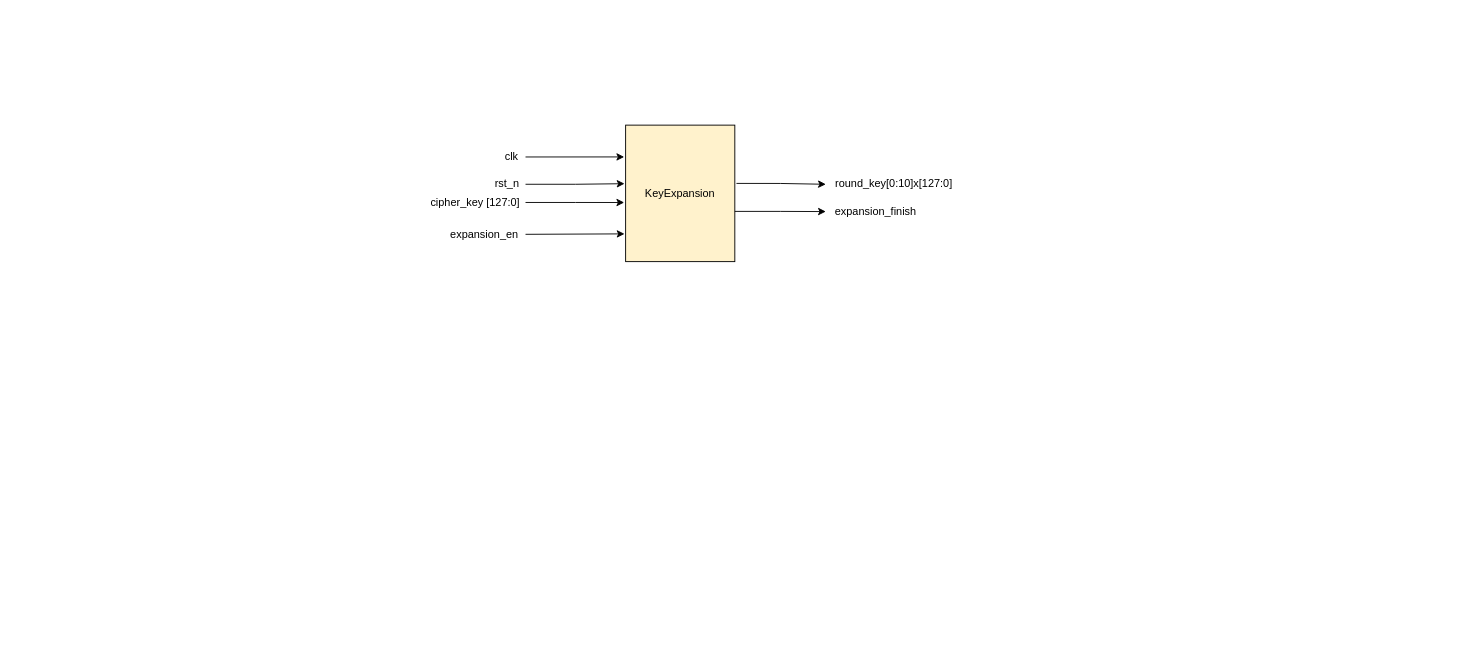
Above: KeyExpansion/diagram/drawio/AESKeyExpansionTopDes.drawio in LQLManZz/AES128-Verilog (draw.io), before the change. Source tidied: cells renumbered, new cells numbered last; positions are measured from the earlier drawing's top-left corner, leaving out a move shared by most shapes. Both pictures are drawn from the tidied source at 91%, with x=0, y=0 at pixel (425, 125).
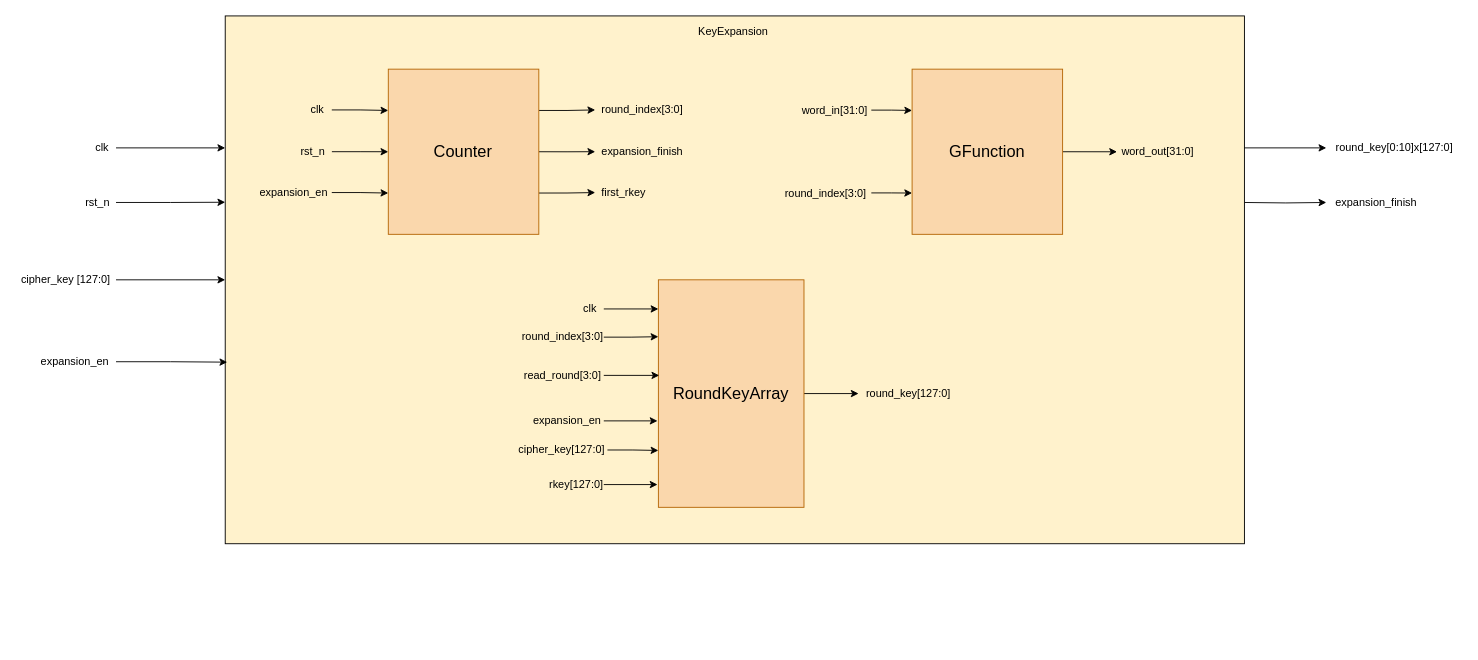
The same page after the edit.

What changed in the source:
```diff
@@
+    <mxCell id="12" style="edgeStyle=orthogonalEdgeStyle;rounded=0;jettySize=auto;html=1;exitX=1;exitY=0.5;exitDx=0;exitDy=0;entryX=0;entryY=0.25;entryDx=0;entryDy=0;" parent="1" edge="1" source="2" target="11">
+      <mxGeometry relative="1" as="geometry" />
+    </mxCell>
     <mxCell id="2" value="clk" style="text;html=1;whiteSpace=wrap;strokeColor=none;fillColor=none;align=center;verticalAlign=middle;rounded=0;" parent="1" vertex="1">
-      <mxGeometry x="80" y="20" width="30" height="30" as="geometry" />
+      <mxGeometry x="-370" y="10" width="30" height="30" as="geometry" />
     </mxCell>
     <mxCell id="3" value="rst_n" style="text;html=1;whiteSpace=wrap;strokeColor=none;fillColor=none;align=center;verticalAlign=middle;rounded=0;" parent="1" vertex="1">
-      <mxGeometry x="70" y="50" width="40" height="30" as="geometry" />
+      <mxGeometry x="-380" y="70" width="40" height="30" as="geometry" />
     </mxCell>
     <mxCell id="4" value="expansion_en" style="text;html=1;whiteSpace=wrap;strokeColor=none;fillColor=none;align=center;verticalAlign=middle;rounded=0;" parent="1" vertex="1">
-      <mxGeometry x="20" y="100" width="90" height="40" as="geometry" />
+      <mxGeometry x="-430" y="240" width="90" height="40" as="geometry" />
     </mxCell>
-    <mxCell id="5" style="edgeStyle=orthogonalEdgeStyle;rounded=0;jettySize=auto;html=1;exitX=1;exitY=0.5;exitDx=0;exitDy=0;entryX=-0.013;entryY=0.567;entryDx=0;entryDy=0;entryPerimeter=0;" parent="1" edge="1" source="6" target="11">
+    <mxCell id="5" style="edgeStyle=orthogonalEdgeStyle;rounded=0;jettySize=auto;html=1;exitX=1;exitY=0.5;exitDx=0;exitDy=0;entryX=0;entryY=0.5;entryDx=0;entryDy=0;" parent="1" edge="1" source="6" target="11">
       <mxGeometry relative="1" as="geometry" />
     </mxCell>
     <mxCell id="6" value="cipher_key [127:0]" style="text;html=1;whiteSpace=wrap;strokeColor=none;fillColor=none;align=center;verticalAlign=middle;rounded=0;" parent="1" vertex="1">
-      <mxGeometry y="70" width="110" height="30" as="geometry" />
+      <mxGeometry x="-450" y="155" width="110" height="30" as="geometry" />
     </mxCell>
     <mxCell id="7" value="round_key[0:10]x[127:0]" style="text;html=1;whiteSpace=wrap;strokeColor=none;fillColor=none;align=center;verticalAlign=middle;rounded=0;" parent="1" vertex="1">
-      <mxGeometry x="440" y="50" width="150" height="30" as="geometry" />
+      <mxGeometry x="990" y="10" width="150" height="30" as="geometry" />
     </mxCell>
+    <mxCell id="15" style="edgeStyle=orthogonalEdgeStyle;rounded=0;jettySize=auto;html=1;exitX=0;exitY=0.5;exitDx=0;exitDy=0;entryX=0;entryY=0.5;entryDx=0;entryDy=0;" parent="1" edge="1" target="8">
+      <mxGeometry relative="1" as="geometry">
+        <mxPoint x="900" y="85" as="sourcePoint" />
+      </mxGeometry>
+    </mxCell>
     <mxCell id="8" value="expansion_finish" style="text;html=1;whiteSpace=wrap;strokeColor=none;fillColor=none;align=center;verticalAlign=middle;rounded=0;" parent="1" vertex="1">
-      <mxGeometry x="440" y="80" width="110" height="30" as="geometry" />
+      <mxGeometry x="990" y="70" width="110" height="30" as="geometry" />
     </mxCell>
+    <mxCell id="16" style="group;" parent="1" vertex="1">
+      <mxGeometry x="-220" y="-120" width="1180" height="690" as="geometry" />
+    </mxCell>
+    <mxCell id="11" style="rounded=0;whiteSpace=wrap;html=1;fillColor=#fff2cc;strokeColor=#000000;" parent="16" vertex="1">
+      <mxGeometry width="1120" height="580" as="geometry" />
+    </mxCell>
+    <mxCell id="17" value="KeyExpansion" style="text;html=1;whiteSpace=wrap;strokeColor=none;fillColor=none;align=center;verticalAlign=middle;rounded=0;" parent="16" vertex="1">
+      <mxGeometry x="506.9" width="103.1" height="35.1" as="geometry" />
+    </mxCell>
+    <mxCell id="18" style="group;" parent="16" vertex="1">
+      <mxGeometry x="34.4" y="58.5" width="475.6" height="181.5" as="geometry" />
+    </mxCell>
+    <mxCell id="19" style="edgeStyle=orthogonalEdgeStyle;rounded=0;jettySize=auto;html=1;exitX=1;exitY=0.5;exitDx=0;exitDy=0;entryX=0;entryY=0.25;entryDx=0;entryDy=0;" parent="18" edge="1" source="20" target="28">
+      <mxGeometry relative="1" as="geometry" />
+    </mxCell>
+    <mxCell id="20" value="clk" style="text;html=1;whiteSpace=wrap;strokeColor=none;fillColor=none;align=center;verticalAlign=middle;rounded=0;" parent="18" vertex="1">
+      <mxGeometry x="51.7" y="28.8" width="31" height="32" as="geometry" />
+    </mxCell>
+    <mxCell id="21" style="edgeStyle=orthogonalEdgeStyle;rounded=0;jettySize=auto;html=1;exitX=1;exitY=0.5;exitDx=0;exitDy=0;entryX=0;entryY=0.5;entryDx=0;entryDy=0;" parent="18" edge="1" source="22" target="28">
+      <mxGeometry relative="1" as="geometry" />
+    </mxCell>
+    <mxCell id="22" value="rst_n" style="text;html=1;whiteSpace=wrap;strokeColor=none;fillColor=none;align=center;verticalAlign=middle;rounded=0;" parent="18" vertex="1">
+      <mxGeometry x="41.4" y="74.7" width="41.4" height="32" as="geometry" />
+    </mxCell>
+    <mxCell id="23" style="edgeStyle=orthogonalEdgeStyle;rounded=0;jettySize=auto;html=1;exitX=1;exitY=0.5;exitDx=0;exitDy=0;entryX=0;entryY=0.75;entryDx=0;entryDy=0;" parent="18" edge="1" source="24" target="28">
+      <mxGeometry relative="1" as="geometry" />
+    </mxCell>
+    <mxCell id="24" value="expansion_en" style="text;html=1;whiteSpace=wrap;strokeColor=none;fillColor=none;align=center;verticalAlign=middle;rounded=0;" parent="18" vertex="1">
+      <mxGeometry y="119.6" width="82.7" height="32" as="geometry" />
+    </mxCell>
+    <mxCell id="25" style="edgeStyle=orthogonalEdgeStyle;rounded=0;jettySize=auto;html=1;exitX=1;exitY=0.25;exitDx=0;exitDy=0;entryX=0;entryY=0.5;entryDx=0;entryDy=0;" parent="18" edge="1" source="28" target="31">
+      <mxGeometry relative="1" as="geometry" />
+    </mxCell>
+    <mxCell id="26" style="edgeStyle=orthogonalEdgeStyle;rounded=0;jettySize=auto;html=1;exitX=1;exitY=0.5;exitDx=0;exitDy=0;entryX=0;entryY=0.5;entryDx=0;entryDy=0;" parent="18" edge="1" source="28" target="30">
+      <mxGeometry relative="1" as="geometry" />
+    </mxCell>
+    <mxCell id="27" style="edgeStyle=orthogonalEdgeStyle;rounded=0;jettySize=auto;html=1;exitX=1;exitY=0.75;exitDx=0;exitDy=0;entryX=0;entryY=0.5;entryDx=0;entryDy=0;" parent="18" edge="1" source="28" target="29">
+      <mxGeometry relative="1" as="geometry" />
+    </mxCell>
+    <mxCell id="28" value="&lt;font style=&quot;font-size: 18px;&quot;&gt;Counter&lt;/font&gt;" style="whiteSpace=wrap;html=1;fillColor=#fad7ac;strokeColor=#b46504;" parent="18" vertex="1">
+      <mxGeometry x="144.8" width="165.4" height="181.5" as="geometry" />
+    </mxCell>
+    <mxCell id="29" value="first_rkey" style="text;html=1;whiteSpace=wrap;strokeColor=none;fillColor=none;align=center;verticalAlign=middle;rounded=0;" parent="18" vertex="1">
+      <mxGeometry x="372.2" y="119.6" width="62" height="32" as="geometry" />
+    </mxCell>
+    <mxCell id="30" value="expansion_finish" style="text;html=1;whiteSpace=wrap;strokeColor=none;fillColor=none;align=center;verticalAlign=middle;rounded=0;" parent="18" vertex="1">
+      <mxGeometry x="372.2" y="74.7" width="103.4" height="32" as="geometry" />
+    </mxCell>
+    <mxCell id="31" value="round_index[3:0]" style="text;html=1;whiteSpace=wrap;strokeColor=none;fillColor=none;align=center;verticalAlign=middle;rounded=0;" parent="18" vertex="1">
+      <mxGeometry x="372.2" y="28.8" width="103.4" height="32" as="geometry" />
+    </mxCell>
+    <mxCell id="32" style="group;" parent="16" vertex="1">
+      <mxGeometry x="610" y="58.5" width="460" height="181.5" as="geometry" />
+    </mxCell>
+    <mxCell id="33" style="edgeStyle=orthogonalEdgeStyle;rounded=0;jettySize=auto;html=1;exitX=1;exitY=0.5;exitDx=0;exitDy=0;entryX=0;entryY=0.5;entryDx=0;entryDy=0;" parent="32" edge="1" source="34" target="39">
+      <mxGeometry relative="1" as="geometry" />
+    </mxCell>
+    <mxCell id="34" value="&lt;span style=&quot;font-size: 18px;&quot;&gt;GFunction&lt;/span&gt;" style="whiteSpace=wrap;html=1;fillColor=#fad7ac;strokeColor=#b46504;" parent="32" vertex="1">
+      <mxGeometry x="144.8" width="165.4" height="181.5" as="geometry" />
+    </mxCell>
+    <mxCell id="35" style="edgeStyle=orthogonalEdgeStyle;rounded=0;jettySize=auto;html=1;exitX=1;exitY=0.5;exitDx=0;exitDy=0;entryX=0;entryY=0.25;entryDx=0;entryDy=0;" parent="32" edge="1" source="36" target="34">
+      <mxGeometry relative="1" as="geometry" />
+    </mxCell>
+    <mxCell id="36" value="word_in[31:0]" style="text;html=1;whiteSpace=wrap;strokeColor=none;fillColor=none;align=center;verticalAlign=middle;rounded=0;" parent="32" vertex="1">
+      <mxGeometry x="20" y="30" width="80" height="30" as="geometry" />
+    </mxCell>
+    <mxCell id="37" style="edgeStyle=orthogonalEdgeStyle;rounded=0;jettySize=auto;html=1;exitX=1;exitY=0.5;exitDx=0;exitDy=0;entryX=0;entryY=0.75;entryDx=0;entryDy=0;" parent="32" edge="1" source="38" target="34">
+      <mxGeometry relative="1" as="geometry" />
+    </mxCell>
+    <mxCell id="38" value="round_index[3:0]" style="text;html=1;whiteSpace=wrap;strokeColor=none;fillColor=none;align=center;verticalAlign=middle;rounded=0;" parent="32" vertex="1">
+      <mxGeometry y="121" width="100" height="30" as="geometry" />
+    </mxCell>
+    <mxCell id="39" value="word_out[31:0]" style="text;html=1;whiteSpace=wrap;strokeColor=none;fillColor=none;align=center;verticalAlign=middle;rounded=0;" parent="32" vertex="1">
+      <mxGeometry x="370" y="75.8" width="90" height="30" as="geometry" />
+    </mxCell>
+    <mxCell id="40" style="group;" parent="16" vertex="1">
+      <mxGeometry x="320" y="290" width="486" height="250" as="geometry" />
+    </mxCell>
+    <mxCell id="41" value="clk" style="text;html=1;whiteSpace=wrap;strokeColor=none;fillColor=none;align=center;verticalAlign=middle;rounded=0;" parent="40" vertex="1">
+      <mxGeometry x="66" y="17" width="30" height="30" as="geometry" />
+    </mxCell>
+    <mxCell id="42" value="expansion_en" style="text;html=1;whiteSpace=wrap;strokeColor=none;fillColor=none;align=center;verticalAlign=middle;rounded=0;" parent="40" vertex="1">
+      <mxGeometry x="16" y="140" width="80" height="30" as="geometry" />
+    </mxCell>
+    <mxCell id="43" style="edgeStyle=orthogonalEdgeStyle;rounded=0;jettySize=auto;html=1;exitX=1;exitY=0.5;exitDx=0;exitDy=0;entryX=0;entryY=0.5;entryDx=0;entryDy=0;" parent="40" edge="1" source="44" target="49">
+      <mxGeometry relative="1" as="geometry" />
+    </mxCell>
+    <mxCell id="44" value="&lt;font style=&quot;font-size: 18px;&quot;&gt;RoundKeyArray&lt;/font&gt;" style="whiteSpace=wrap;html=1;fillColor=#fad7ac;strokeColor=#b46504;" parent="40" vertex="1">
+      <mxGeometry x="156" width="160" height="250" as="geometry" />
+    </mxCell>
+    <mxCell id="45" style="edgeStyle=orthogonalEdgeStyle;rounded=0;jettySize=auto;html=1;exitX=1;exitY=0.5;exitDx=0;exitDy=0;entryX=0;entryY=0.75;entryDx=0;entryDy=0;" parent="40" edge="1" source="46" target="44">
+      <mxGeometry relative="1" as="geometry" />
+    </mxCell>
+    <mxCell id="46" value="cipher_key[127:0]" style="text;html=1;whiteSpace=wrap;strokeColor=none;fillColor=none;align=center;verticalAlign=middle;rounded=0;" parent="40" vertex="1">
+      <mxGeometry y="172" width="100" height="30" as="geometry" />
+    </mxCell>
+    <mxCell id="47" value="rkey[127:0]" style="text;html=1;whiteSpace=wrap;strokeColor=none;fillColor=none;align=center;verticalAlign=middle;rounded=0;" parent="40" vertex="1">
+      <mxGeometry x="36" y="210" width="60" height="30" as="geometry" />
+    </mxCell>
+    <mxCell id="48" style="edgeStyle=orthogonalEdgeStyle;rounded=0;jettySize=auto;html=1;exitX=1;exitY=0.5;exitDx=0;exitDy=0;entryX=0;entryY=0.128;entryDx=0;entryDy=0;entryPerimeter=0;" parent="40" edge="1" source="41" target="44">
+      <mxGeometry relative="1" as="geometry" />
+    </mxCell>
+    <mxCell id="49" value="round_key[127:0]" style="text;html=1;whiteSpace=wrap;strokeColor=none;fillColor=none;align=center;verticalAlign=middle;rounded=0;" parent="40" vertex="1">
+      <mxGeometry x="376" y="110" width="110" height="30" as="geometry" />
+    </mxCell>
+    <mxCell id="50" style="edgeStyle=orthogonalEdgeStyle;rounded=0;jettySize=auto;html=1;exitX=1;exitY=0.5;exitDx=0;exitDy=0;entryX=0;entryY=0.25;entryDx=0;entryDy=0;" parent="40" edge="1" source="51" target="44">
+      <mxGeometry relative="1" as="geometry" />
+    </mxCell>
+    <mxCell id="51" value="round_index[3:0]" style="text;html=1;whiteSpace=wrap;strokeColor=none;fillColor=none;align=center;verticalAlign=middle;rounded=0;" parent="40" vertex="1">
+      <mxGeometry x="6" y="48" width="90" height="30" as="geometry" />
+    </mxCell>
+    <mxCell id="52" style="edgeStyle=orthogonalEdgeStyle;rounded=0;jettySize=auto;html=1;exitX=1;exitY=0.5;exitDx=0;exitDy=0;entryX=-0.006;entryY=0.9;entryDx=0;entryDy=0;entryPerimeter=0;" parent="40" edge="1" source="47" target="44">
+      <mxGeometry relative="1" as="geometry" />
+    </mxCell>
+    <mxCell id="53" style="edgeStyle=orthogonalEdgeStyle;rounded=0;jettySize=auto;html=1;exitX=1;exitY=0.5;exitDx=0;exitDy=0;entryX=-0.006;entryY=0.62;entryDx=0;entryDy=0;entryPerimeter=0;" parent="40" edge="1" source="42" target="44">
+      <mxGeometry relative="1" as="geometry" />
+    </mxCell>
+    <mxCell id="54" value="read_round[3:0]" style="text;html=1;whiteSpace=wrap;strokeColor=none;fillColor=none;align=center;verticalAlign=middle;rounded=0;" parent="40" vertex="1">
+      <mxGeometry x="6" y="90" width="90" height="30" as="geometry" />
+    </mxCell>
+    <mxCell id="55" style="edgeStyle=orthogonalEdgeStyle;rounded=0;jettySize=auto;html=1;exitX=1;exitY=0.5;exitDx=0;exitDy=0;entryX=0.006;entryY=0.42;entryDx=0;entryDy=0;entryPerimeter=0;" parent="40" edge="1" source="54" target="44">
+      <mxGeometry relative="1" as="geometry" />
+    </mxCell>
-    <mxCell id="9" style="edgeStyle=orthogonalEdgeStyle;rounded=0;jettySize=auto;html=1;exitX=1;exitY=0.5;exitDx=0;exitDy=0;entryX=-0.01;entryY=0.429;entryDx=0;entryDy=0;entryPerimeter=0;" parent="1" edge="1" source="3" target="11">
+    <mxCell id="9" style="edgeStyle=orthogonalEdgeStyle;rounded=0;jettySize=auto;html=1;exitX=1;exitY=0.5;exitDx=0;exitDy=0;entryX=0;entryY=0.353;entryDx=0;entryDy=0;entryPerimeter=0;" parent="1" edge="1" source="3" target="11">
       <mxGeometry relative="1" as="geometry" />
     </mxCell>
-    <mxCell id="10" style="edgeStyle=orthogonalEdgeStyle;rounded=0;jettySize=auto;html=1;exitX=1;exitY=0.5;exitDx=0;exitDy=0;entryX=-0.01;entryY=0.863;entryDx=0;entryDy=0;entryPerimeter=0;" parent="1" edge="1" source="4">
-      <mxGeometry relative="1" as="geometry">
-        <mxPoint x="218.8" y="119.5" as="targetPoint" />
-      </mxGeometry>
-    </mxCell>
-    <mxCell id="11" value="KeyExpansion" style="rounded=0;whiteSpace=wrap;html=1;fillColor=#fff2cc;strokeColor=#000000;" parent="1" vertex="1">
-      <mxGeometry x="220" width="120" height="150" as="geometry" />
-    </mxCell>
-    <mxCell id="12" style="edgeStyle=orthogonalEdgeStyle;rounded=0;jettySize=auto;html=1;exitX=1;exitY=0.5;exitDx=0;exitDy=0;entryX=-0.013;entryY=0.233;entryDx=0;entryDy=0;entryPerimeter=0;" parent="1" edge="1" source="2" target="11">
-      <mxGeometry relative="1" as="geometry" />
-    </mxCell>
-    <mxCell id="13" style="edgeStyle=orthogonalEdgeStyle;rounded=0;jettySize=auto;html=1;exitX=1;exitY=0.632;exitDx=0;exitDy=0;entryX=0;entryY=0.5;entryDx=0;entryDy=0;exitPerimeter=0;" parent="1" edge="1" source="11" target="8">
-      <mxGeometry relative="1" as="geometry" />
-    </mxCell>
+    <mxCell id="56" style="edgeStyle=orthogonalEdgeStyle;rounded=0;jettySize=auto;html=1;exitX=1;exitY=0.5;exitDx=0;exitDy=0;entryX=0.002;entryY=0.656;entryDx=0;entryDy=0;entryPerimeter=0;" parent="1" edge="1" source="4" target="11">
+      <mxGeometry relative="1" as="geometry" />
+    </mxCell>
-    <mxCell id="14" style="edgeStyle=orthogonalEdgeStyle;rounded=0;jettySize=auto;html=1;exitX=1.015;exitY=0.427;exitDx=0;exitDy=0;entryX=0;entryY=0.5;entryDx=0;entryDy=0;exitPerimeter=0;" parent="1" edge="1" source="11" target="7">
+    <mxCell id="14" style="edgeStyle=orthogonalEdgeStyle;rounded=0;jettySize=auto;html=1;exitX=1;exitY=0.25;exitDx=0;exitDy=0;entryX=0;entryY=0.5;entryDx=0;entryDy=0;" parent="1" edge="1" source="11" target="7">
       <mxGeometry relative="1" as="geometry" />
     </mxCell>
```
